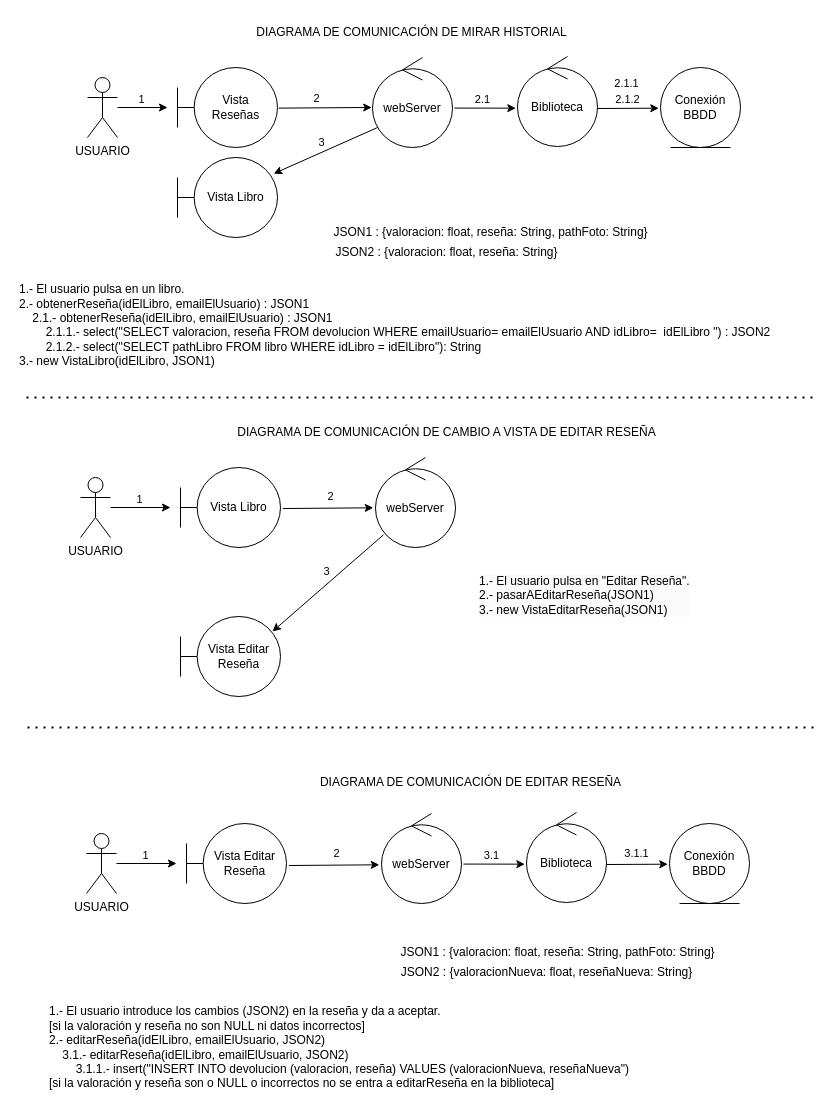
Adrimr7/ADSI23_biblioteca_e3scape keeps this draw.io diagram as diagComunicacion/reseñas/DiagramaComunicacion.drawio. Above is the earlier version. Source tidied: cells renumbered, new cells numbered last; positions are measured from the earlier drawing's top-left corner, leaving out a move shared by most shapes. Both pictures are drawn from the tidied source at 100%, with x=0, y=0 at pixel (17, 17).
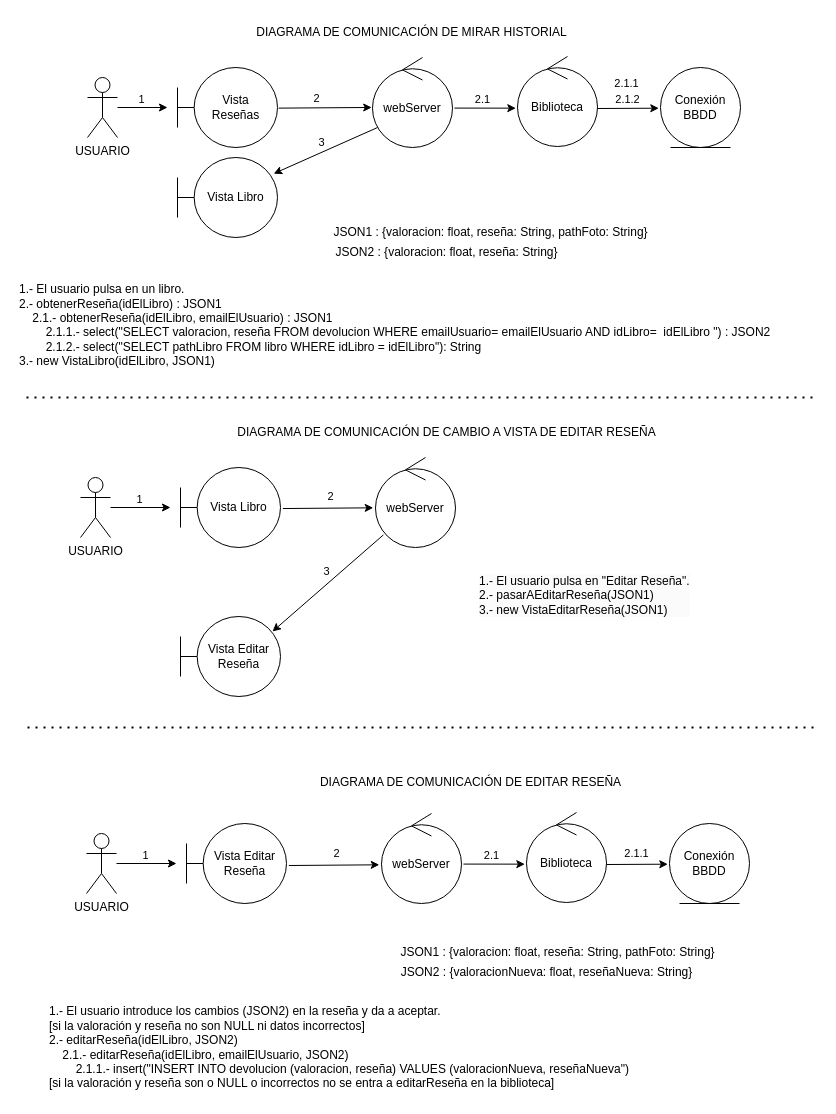
Above is the later version.

The change refers to these unchanged cells:
```xml
<mxCell id="31" style="endArrow=classic;html=1;rounded=0;entryX=-0.021;entryY=0.574;entryDx=0;entryDy=0;entryPerimeter=0;exitX=1.024;exitY=0.562;exitDx=0;exitDy=0;exitPerimeter=0;" parent="1" edge="1" source="25" target="30">
  <mxGeometry relative="1" as="geometry" />
</mxCell>
<mxCell id="33" style="endArrow=classic;html=1;rounded=0;entryX=-0.021;entryY=0.574;entryDx=0;entryDy=0;entryPerimeter=0;exitX=1.024;exitY=0.562;exitDx=0;exitDy=0;exitPerimeter=0;" parent="1" edge="1">
  <mxGeometry relative="1" as="geometry">
    <mxPoint x="589" y="847" as="sourcePoint" />
    <mxPoint x="650.3" y="846.7" as="targetPoint" />
  </mxGeometry>
</mxCell>
```

Diff of the diagram source:
```diff
@@
-    <mxCell id="12" value="&lt;div&gt;1.- El usuario pulsa en un libro.&lt;/div&gt;&lt;div&gt;2.- obtenerReseña(idElLibro, emailElUsuario) : JSON1&lt;/div&gt;&lt;div&gt;&lt;span style=&quot;&quot;&gt;&lt;span style=&quot;white-space: pre;&quot;&gt;&amp;nbsp;&amp;nbsp;&amp;nbsp;&amp;nbsp;&lt;/span&gt;&lt;/span&gt;2.1.- obtenerReseña(idElLibro, emailElUsuario) : JSON1&lt;/div&gt;&lt;div&gt;&lt;span style=&quot;&quot;&gt;&lt;span style=&quot;&quot;&gt;&lt;span style=&quot;white-space: pre;&quot;&gt;&amp;nbsp;&amp;nbsp;&amp;nbsp;&amp;nbsp;&lt;/span&gt;&lt;/span&gt;&lt;span style=&quot;&quot;&gt;&lt;span style=&quot;white-space: pre;&quot;&gt;&amp;nbsp;&amp;nbsp;&amp;nbsp;&amp;nbsp;&lt;/span&gt;&lt;/span&gt;2.1.1.- select(&quot;SELECT valoracion, reseña FROM devolucion WHERE emailUsuario= emailElUsuario AND idLibro=&amp;nbsp; idElLibro &quot;) : JSON2&lt;br&gt;&lt;/span&gt;&lt;/div&gt;&lt;div&gt;&lt;span style=&quot;&quot;&gt;&lt;span style=&quot;&quot;&gt;&lt;span style=&quot;white-space: pre;&quot;&gt;&amp;nbsp;&amp;nbsp;&amp;nbsp;&amp;nbsp;&lt;/span&gt;&lt;span style=&quot;&quot;&gt;&lt;span style=&quot;white-space: pre;&quot;&gt;&amp;nbsp;&amp;nbsp;&amp;nbsp;&amp;nbsp;&lt;/span&gt;&lt;/span&gt;&lt;/span&gt;2.1.2.- select(&quot;SELECT pathLibro FROM libro WHERE idLibro = idElLibro&quot;): String&lt;br&gt;&lt;/span&gt;&lt;/div&gt;&lt;div&gt;&lt;div&gt;3.- new VistaLibro(idElLibro, JSON1)&lt;/div&gt;&lt;/div&gt;&lt;div&gt;&lt;br&gt;&lt;/div&gt;" style="text;html=1;align=left;verticalAlign=middle;strokeColor=none;fillColor=none;" parent="1" vertex="1">
+    <mxCell id="12" value="&lt;div&gt;1.- El usuario pulsa en un libro.&lt;/div&gt;&lt;div&gt;2.- obtenerReseña(idElLibro) : JSON1&lt;/div&gt;&lt;div&gt;&lt;span style=&quot;&quot;&gt;&lt;span style=&quot;white-space: pre;&quot;&gt;&amp;nbsp;&amp;nbsp;&amp;nbsp;&amp;nbsp;&lt;/span&gt;&lt;/span&gt;2.1.- obtenerReseña(idElLibro, emailElUsuario) : JSON1&lt;/div&gt;&lt;div&gt;&lt;span style=&quot;&quot;&gt;&lt;span style=&quot;&quot;&gt;&lt;span style=&quot;white-space: pre;&quot;&gt;&amp;nbsp;&amp;nbsp;&amp;nbsp;&amp;nbsp;&lt;/span&gt;&lt;/span&gt;&lt;span style=&quot;&quot;&gt;&lt;span style=&quot;white-space: pre;&quot;&gt;&amp;nbsp;&amp;nbsp;&amp;nbsp;&amp;nbsp;&lt;/span&gt;&lt;/span&gt;2.1.1.- select(&quot;SELECT valoracion, reseña FROM devolucion WHERE emailUsuario= emailElUsuario AND idLibro=&amp;nbsp; idElLibro &quot;) : JSON2&lt;br&gt;&lt;/span&gt;&lt;/div&gt;&lt;div&gt;&lt;span style=&quot;&quot;&gt;&lt;span style=&quot;&quot;&gt;&lt;span style=&quot;white-space: pre;&quot;&gt;&amp;nbsp;&amp;nbsp;&amp;nbsp;&amp;nbsp;&lt;/span&gt;&lt;span style=&quot;&quot;&gt;&lt;span style=&quot;white-space: pre;&quot;&gt;&amp;nbsp;&amp;nbsp;&amp;nbsp;&amp;nbsp;&lt;/span&gt;&lt;/span&gt;&lt;/span&gt;2.1.2.- select(&quot;SELECT pathLibro FROM libro WHERE idLibro = idElLibro&quot;): String&lt;br&gt;&lt;/span&gt;&lt;/div&gt;&lt;div&gt;&lt;div&gt;3.- new VistaLibro(idElLibro, JSON1)&lt;/div&gt;&lt;/div&gt;&lt;div&gt;&lt;br&gt;&lt;/div&gt;" style="text;html=1;align=left;verticalAlign=middle;strokeColor=none;fillColor=none;" parent="1" vertex="1">
       <mxGeometry y="260" width="770" height="110" as="geometry" />
     </mxCell>
@@
-    <mxCell id="28" value="&lt;div&gt;&lt;span style=&quot;background-color: initial;&quot;&gt;1.- El usuario introduce los cambios (JSON2) en la reseña y da a aceptar.&lt;/span&gt;&lt;br&gt;&lt;/div&gt;&lt;div&gt;[si la valoración y reseña no son NULL ni datos incorrectos]&lt;br&gt;&lt;/div&gt;&lt;div&gt;2.- editarReseña(idElLibro, emailElUsuario, JSON2)&lt;br&gt;&lt;/div&gt;&lt;div&gt;&lt;span style=&quot;&quot;&gt;&lt;span style=&quot;white-space: pre;&quot;&gt;&amp;nbsp;&amp;nbsp;&amp;nbsp;&amp;nbsp;3&lt;/span&gt;&lt;/span&gt;.1.- editarReseña(idElLibro, emailElUsuario, JSON2)&lt;br&gt;&lt;/div&gt;&lt;div&gt;&lt;span style=&quot;&quot;&gt;&lt;span style=&quot;&quot;&gt;&lt;span style=&quot;white-space: pre;&quot;&gt;&amp;nbsp;&amp;nbsp;&amp;nbsp;&amp;nbsp;&lt;/span&gt;&lt;/span&gt;&lt;span style=&quot;&quot;&gt;&lt;span style=&quot;white-space: pre;&quot;&gt;&amp;nbsp;&amp;nbsp;&amp;nbsp;&amp;nbsp;3&lt;/span&gt;&lt;/span&gt;.1.1.- insert(&quot;INSERT INTO devolucion (valoracion, reseña) VALUES (valoracionNueva, reseñaNueva&quot;)&lt;/span&gt;&lt;/div&gt;&lt;div&gt;&lt;span style=&quot;&quot;&gt;[si la valoración y reseña son o NULL o incorrectos no se entra a editarReseña en la biblioteca]&lt;/span&gt;&lt;/div&gt;" style="text;html=1;align=left;verticalAlign=middle;strokeColor=none;fillColor=none;" parent="1" vertex="1">
+    <mxCell id="28" value="&lt;div&gt;&lt;span style=&quot;background-color: initial;&quot;&gt;1.- El usuario introduce los cambios (JSON2) en la reseña y da a aceptar.&lt;/span&gt;&lt;br&gt;&lt;/div&gt;&lt;div&gt;[si la valoración y reseña no son NULL ni datos incorrectos]&lt;br&gt;&lt;/div&gt;&lt;div&gt;2.- editarReseña(idElLibro, JSON2)&lt;br&gt;&lt;/div&gt;&lt;div&gt;&lt;span style=&quot;&quot;&gt;&lt;span style=&quot;white-space: pre;&quot;&gt;&amp;nbsp;&amp;nbsp;&amp;nbsp;&amp;nbsp;2&lt;/span&gt;&lt;/span&gt;.1.- editarReseña(idElLibro, emailElUsuario, JSON2)&lt;br&gt;&lt;/div&gt;&lt;div&gt;&lt;span style=&quot;&quot;&gt;&lt;span style=&quot;&quot;&gt;&lt;span style=&quot;white-space: pre;&quot;&gt;&amp;nbsp;&amp;nbsp;&amp;nbsp;&amp;nbsp;&lt;/span&gt;&lt;/span&gt;&lt;span style=&quot;&quot;&gt;&lt;span style=&quot;white-space: pre;&quot;&gt;&amp;nbsp;&amp;nbsp;&amp;nbsp;&amp;nbsp;2&lt;/span&gt;&lt;/span&gt;.1.1.- insert(&quot;INSERT INTO devolucion (valoracion, reseña) VALUES (valoracionNueva, reseñaNueva&quot;)&lt;/span&gt;&lt;/div&gt;&lt;div&gt;&lt;span style=&quot;&quot;&gt;[si la valoración y reseña son o NULL o incorrectos no se entra a editarReseña en la biblioteca]&lt;/span&gt;&lt;/div&gt;" style="text;html=1;align=left;verticalAlign=middle;strokeColor=none;fillColor=none;" parent="1" vertex="1">
       <mxGeometry x="30" y="980" width="600" height="100" as="geometry" />
     </mxCell>
@@
-    <mxCell id="32" value="3.1" style="edgeLabel;html=1;align=center;verticalAlign=middle;" parent="31" vertex="1">
+    <mxCell id="32" value="2.1" style="edgeLabel;html=1;align=center;verticalAlign=middle;" parent="31" vertex="1">
       <mxGeometry x="-0.08" y="-3" relative="1" as="geometry">
         <mxPoint y="-12" as="offset" />
       </mxGeometry>
     </mxCell>
@@
-    <mxCell id="34" value="3.1.1" style="edgeLabel;html=1;align=center;verticalAlign=middle;" parent="33" vertex="1">
+    <mxCell id="34" value="2.1.1" style="edgeLabel;html=1;align=center;verticalAlign=middle;" parent="33" vertex="1">
       <mxGeometry x="-0.08" y="-3" relative="1" as="geometry">
         <mxPoint x="1" y="-14" as="offset" />
       </mxGeometry>
     </mxCell>
```
